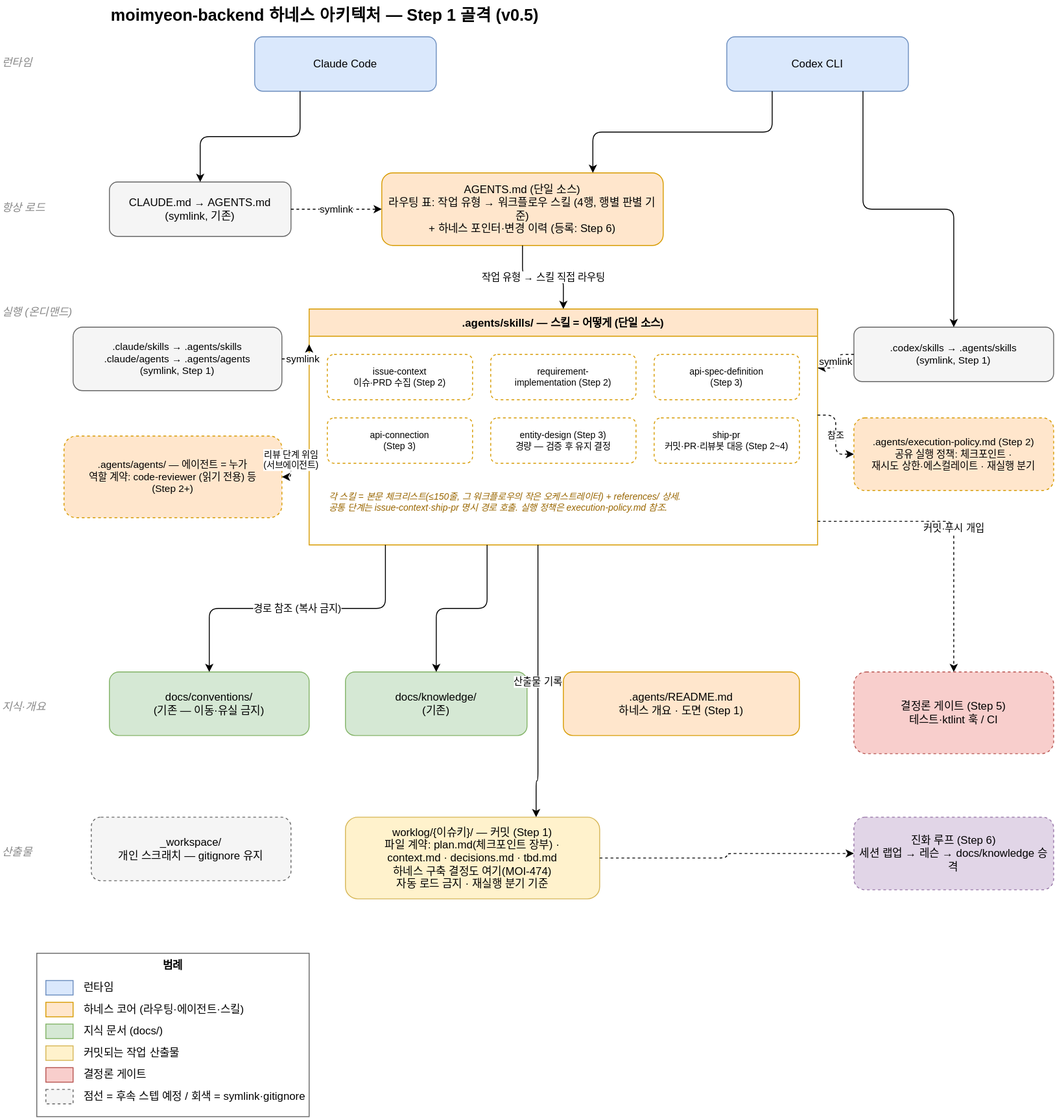
Earlier version of the draw.io export .agents/harness-architecture.drawio.svg (100Thieves-team/moimyeon-backend). Source tidied: cells renumbered, new cells last; positions are measured from the earlier drawing's top-left corner, leaving out a move shared by most shapes.
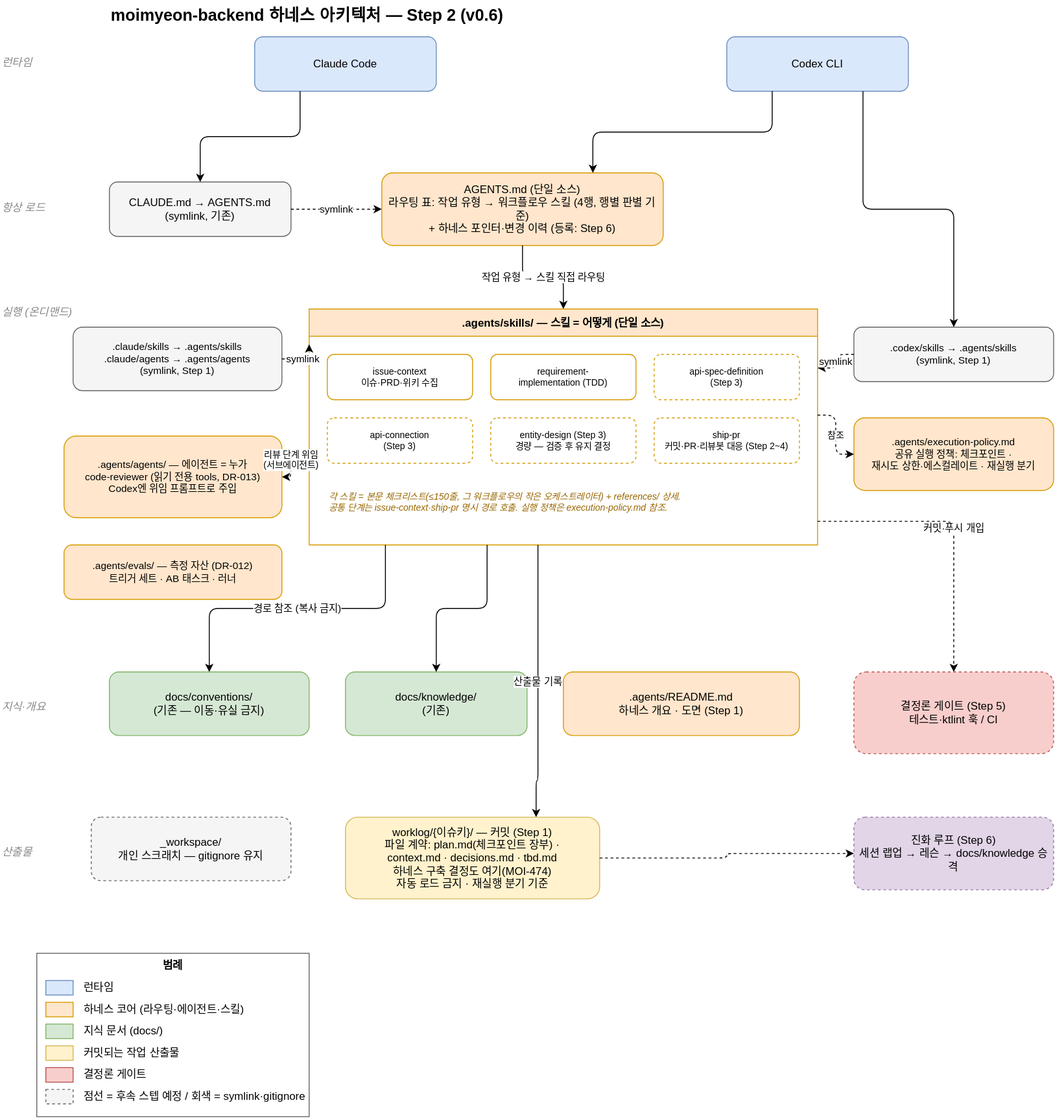
The same diagram one commit later.

The edit, as a diff of the source:
```diff
@@ -2,7 +2,7 @@
   <root>
     <mxCell id="0" />
     <mxCell id="1" parent="0" />
-    <mxCell id="2" value="moimyeon-backend 하네스 아키텍처 — Step 1 골격 (v0.5)" style="text;html=1;align=left;fontSize=18;fontStyle=1;" parent="1" vertex="1">
+    <mxCell id="2" value="moimyeon-backend 하네스 아키텍처 — Step 2 (v0.6)" style="text;html=1;align=left;fontSize=18;fontStyle=1;" parent="1" vertex="1">
       <mxGeometry x="120" width="620" height="30" as="geometry" />
     </mxCell>
     <mxCell id="3" value="런타임" style="text;html=1;align=left;fontStyle=2;fontColor=#888888;" parent="1" vertex="1">
@@ -41,10 +41,10 @@
     <mxCell id="14" value=".agents/skills/ — 스킬 = 어떻게 (단일 소스)" style="swimlane;startSize=30;fillColor=#ffe6cc;strokeColor=#d79b00;" parent="1" vertex="1">
       <mxGeometry x="340" y="340" width="560" height="260" as="geometry" />
     </mxCell>
-    <mxCell id="15" value="issue-context&#10;이슈·PRD 수집 (Step 2)" style="rounded=1;whiteSpace=wrap;html=1;fillColor=#ffffff;strokeColor=#d79b00;dashed=1;fontSize=10;" parent="14" vertex="1">
+    <mxCell id="15" value="issue-context&#10;이슈·PRD·위키 수집" style="rounded=1;whiteSpace=wrap;html=1;fillColor=#ffffff;strokeColor=#d79b00;fontSize=10;" parent="14" vertex="1">
       <mxGeometry x="20" y="50" width="160" height="50" as="geometry" />
     </mxCell>
-    <mxCell id="16" value="requirement-&#10;implementation (Step 2)" style="rounded=1;whiteSpace=wrap;html=1;fillColor=#ffffff;strokeColor=#d79b00;dashed=1;fontSize=10;" parent="14" vertex="1">
+    <mxCell id="16" value="requirement-&#10;implementation (TDD)" style="rounded=1;whiteSpace=wrap;html=1;fillColor=#ffffff;strokeColor=#d79b00;fontSize=10;" parent="14" vertex="1">
       <mxGeometry x="200" y="50" width="160" height="50" as="geometry" />
     </mxCell>
     <mxCell id="17" value="api-spec-definition&#10;(Step 3)" style="rounded=1;whiteSpace=wrap;html=1;fillColor=#ffffff;strokeColor=#d79b00;dashed=1;fontSize=10;" parent="14" vertex="1">
@@ -62,15 +62,18 @@
     <mxCell id="21" value="각 스킬 = 본문 체크리스트(≤150줄, 그 워크플로우의 작은 오케스트레이터) + references/ 상세.&#10;공통 단계는 issue-context·ship-pr 명시 경로 호출. 실행 정책은 execution-policy.md 참조." style="text;html=1;align=left;verticalAlign=middle;fontSize=10;fontStyle=2;fontColor=#996600;" parent="14" vertex="1">
       <mxGeometry x="20" y="185" width="520" height="55" as="geometry" />
     </mxCell>
-    <mxCell id="22" value=".agents/execution-policy.md (Step 2)&#10;공유 실행 정책: 체크포인트 ·&#10;재시도 상한·에스컬레이트 · 재실행 분기" style="rounded=1;whiteSpace=wrap;html=1;fillColor=#ffe6cc;strokeColor=#d79b00;dashed=1;fontSize=11;" parent="1" vertex="1">
+    <mxCell id="22" value=".agents/execution-policy.md&#10;공유 실행 정책: 체크포인트 ·&#10;재시도 상한·에스컬레이트 · 재실행 분기" style="rounded=1;whiteSpace=wrap;html=1;fillColor=#ffe6cc;strokeColor=#d79b00;fontSize=11;" parent="1" vertex="1">
       <mxGeometry x="940" y="460" width="220" height="80" as="geometry" />
     </mxCell>
     <mxCell id="23" value="참조" style="edgeStyle=orthogonalEdgeStyle;rounded=1;jettySize=auto;html=1;dashed=1;exitX=1;exitY=0.45;exitDx=0;exitDy=0;entryX=0;entryY=0.5;entryDx=0;entryDy=0;labelBackgroundColor=#ffffff;fontSize=10;" parent="1" edge="1" source="14" target="22">
       <mxGeometry relative="1" as="geometry" />
     </mxCell>
-    <mxCell id="24" value=".agents/agents/ — 에이전트 = 누가&#10;역할 계약: code-reviewer (읽기 전용) 등&#10;(Step 2+)" style="rounded=1;whiteSpace=wrap;html=1;fillColor=#ffe6cc;strokeColor=#d79b00;dashed=1;fontSize=11;" parent="1" vertex="1">
+    <mxCell id="24" value=".agents/agents/ — 에이전트 = 누가&#10;code-reviewer (읽기 전용 tools, DR-013)&#10;Codex엔 위임 프롬프트로 주입" style="rounded=1;whiteSpace=wrap;html=1;fillColor=#ffe6cc;strokeColor=#d79b00;fontSize=11;" parent="1" vertex="1">
       <mxGeometry x="70" y="480" width="240" height="90" as="geometry" />
     </mxCell>
+    <mxCell id="58" value=".agents/evals/ — 측정 자산 (DR-012)&#10;트리거 세트 · AB 태스크 · 러너" style="rounded=1;whiteSpace=wrap;html=1;fillColor=#ffe6cc;strokeColor=#d79b00;fontSize=11;" parent="1" vertex="1">
+      <mxGeometry x="70" y="600" width="240" height="60" as="geometry" />
+    </mxCell>
     <mxCell id="25" value="docs/conventions/&#10;(기존 — 이동·유실 금지)" style="rounded=1;whiteSpace=wrap;html=1;fillColor=#d5e8d4;strokeColor=#82b366;" parent="1" vertex="1">
       <mxGeometry x="120" y="740" width="220" height="70" as="geometry" />
     </mxCell>
```
